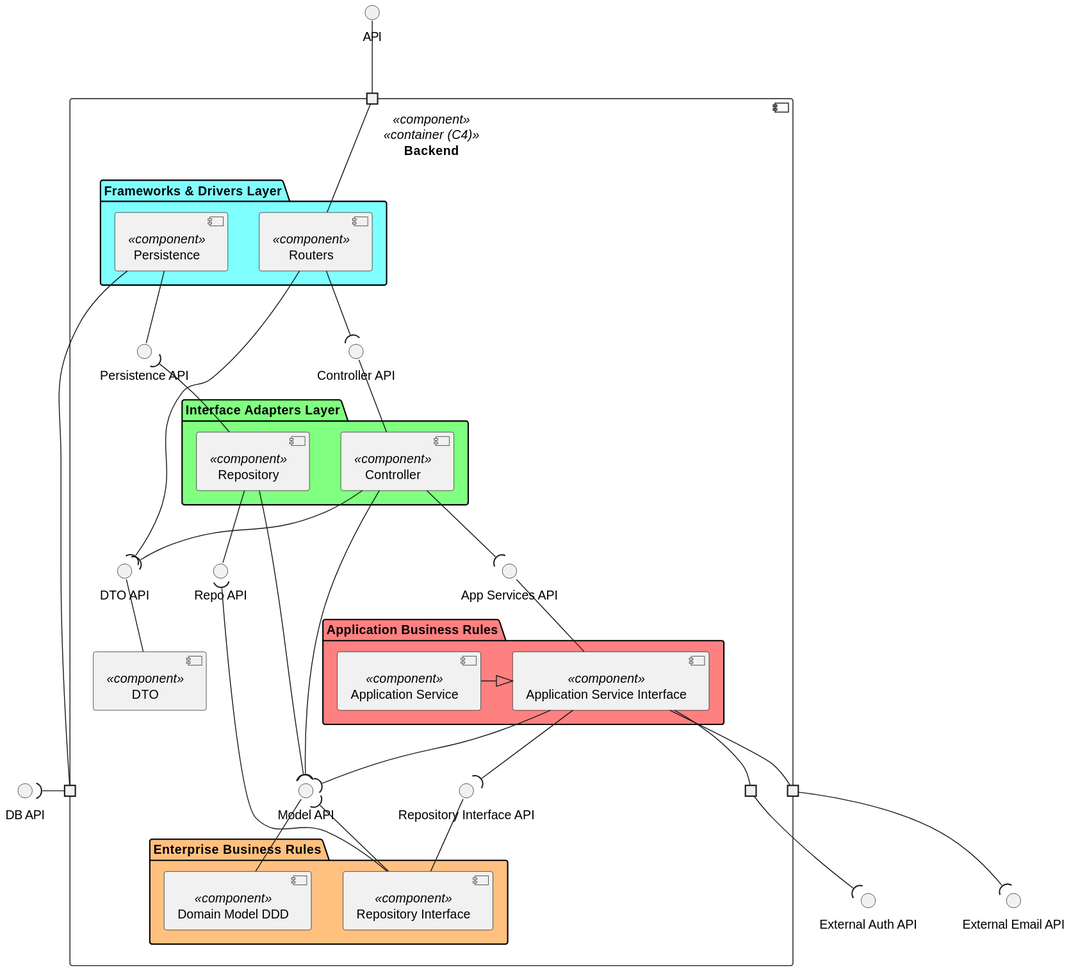
Before: docs/views/level-3/logical-view/logical-view.svg, a diagram exported from PlantUML (mei-desofs/desofs2026-thu_crr_1).
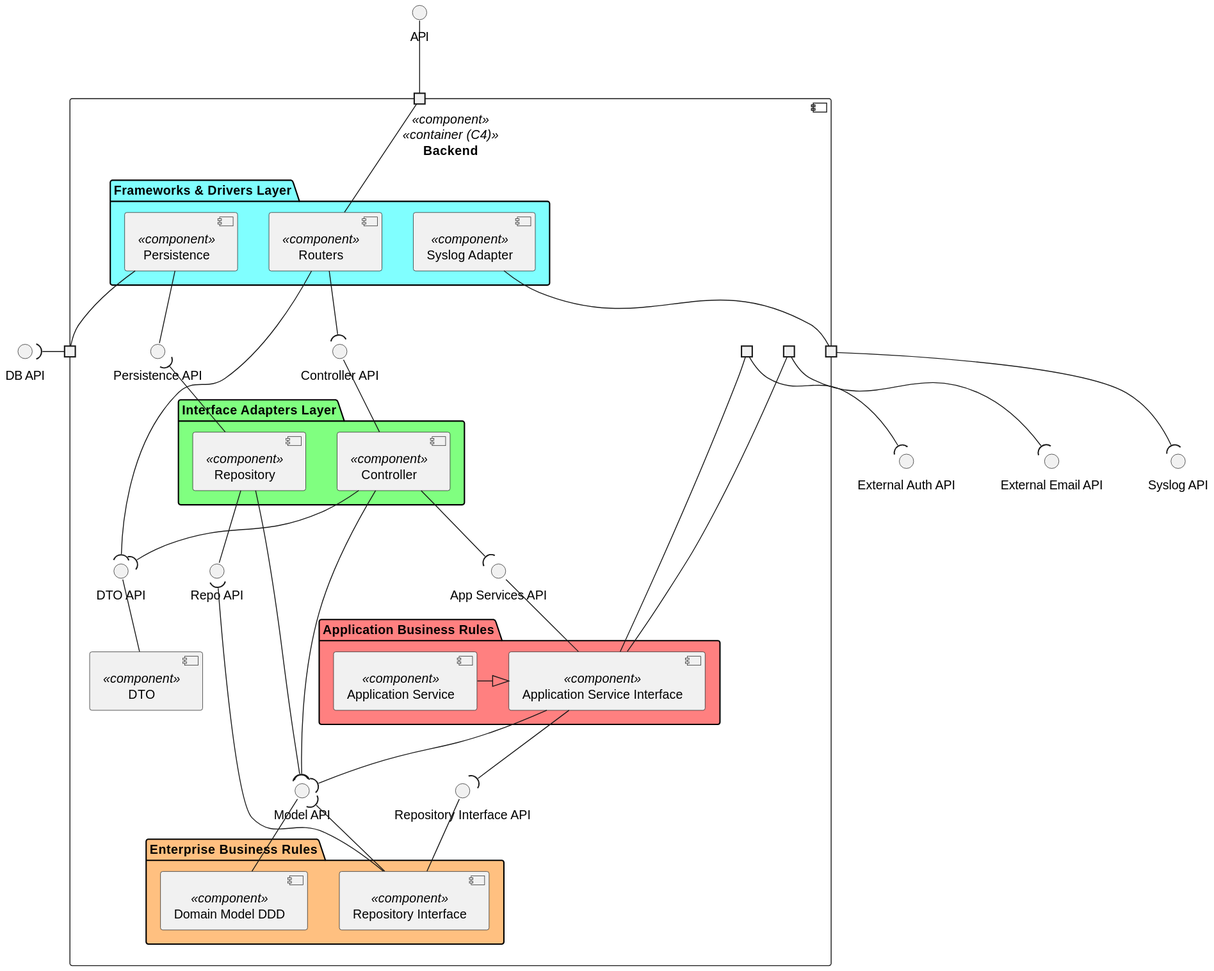
The same file after the commit.

Commit message:
docs: add syslog to views

What changed in the source:
```diff
@@ -5,12 +5,14 @@
 interface "DB API" as DB_API
 interface "External Auth API" as EXTERNAL_AUTH_API
 interface "External Email API" as EMAIL_API
+interface "Syslog API" as SYSLOG_API
 
 component "Backend" as APP <<component>> <<container (C4)>> {
   portin " " as P1
   portout " " as P2
   portout " " as P3
   portout " " as P4
+  portout " " as P5
 
   Interface "Controller API" as CTRL_API
 
@@ -18,6 +20,9 @@
     component "Persistence" as PERSISTENCE <<component>> {
     }
     component "Routers" as ROUTE <<component>> {
+    }
+
+    component "Syslog Adapter" as SYSLOG_ADAPTER <<component>> {
     }
   }
 
@@ -56,6 +61,8 @@
 
 API -- P1
 P2 -l-( DB_API
+P5 --( SYSLOG_API
+P5 -- SYSLOG_ADAPTER
 
 ROUTE --- P1
 PERSISTENCE -r- P2
```
